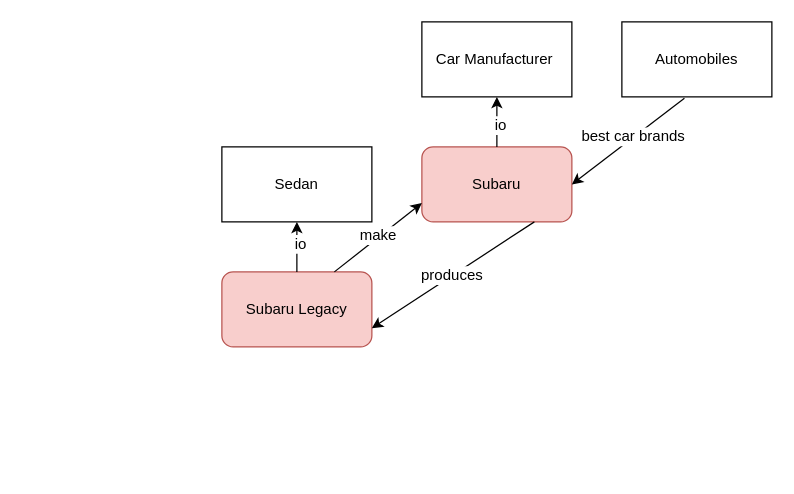
This is figures/sample_ontology.drawio.xml from stanleysmall/thesis, a draw.io file, before an edit. Source tidied: cells renumbered, new cells numbered last; positions are measured from the earlier drawing's top-left corner, leaving out a move shared by most shapes. Both pictures are drawn from the tidied source at 125%, with x=0, y=0 at pixel (221, 21).
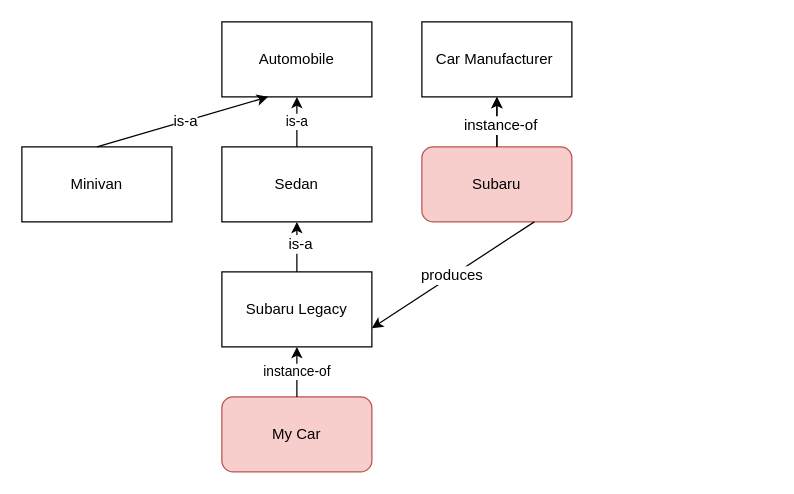
After the change.

Unchanged cells that the change refers to:
```xml
<mxCell id="2" value="Car Manufacturer&amp;nbsp;" style="rounded=0;whiteSpace=wrap;html=1;" parent="1" vertex="1">
  <mxGeometry x="160" width="120" height="60" as="geometry" />
</mxCell>
<mxCell id="3" value="Sedan&lt;br&gt;" style="rounded=0;whiteSpace=wrap;html=1;" parent="1" vertex="1">
  <mxGeometry y="100" width="120" height="60" as="geometry" />
</mxCell>
<mxCell id="4" value="Subaru" style="rounded=1;whiteSpace=wrap;html=1;fillColor=#f8cecc;strokeColor=#b85450;" parent="1" vertex="1">
  <mxGeometry x="160" y="100" width="120" height="60" as="geometry" />
</mxCell>
<mxCell id="6" style="endArrow=classic;html=1;entryX=0.5;entryY=1;entryDx=0;entryDy=0;exitX=0.5;exitY=0;exitDx=0;exitDy=0;" parent="1" edge="1" source="5" target="3">
  <mxGeometry relative="1" as="geometry" />
</mxCell>
<mxCell id="8" style="endArrow=classic;html=1;entryX=0.5;entryY=1;entryDx=0;entryDy=0;exitX=0.5;exitY=0;exitDx=0;exitDy=0;" parent="1" edge="1" source="4" target="2">
  <mxGeometry relative="1" as="geometry" />
</mxCell>
```

Change to the diagram source:
```diff
@@
+    <mxCell id="17" style="edgeStyle=orthogonalEdgeStyle;rounded=0;jettySize=auto;html=1;" parent="1" edge="1" source="4" target="2">
+      <mxGeometry relative="1" as="geometry" />
+    </mxCell>
@@
-    <mxCell id="5" value="Subaru Legacy" style="rounded=1;whiteSpace=wrap;html=1;fillColor=#f8cecc;strokeColor=#b85450;" parent="1" vertex="1">
+    <mxCell id="5" value="Subaru Legacy" style="rounded=0;whiteSpace=wrap;html=1;fillColor=#ffffff;strokeColor=#000000;" parent="1" vertex="1">
       <mxGeometry y="200" width="120" height="60" as="geometry" />
     </mxCell>
@@
-    <mxCell id="7" value="io&lt;br&gt;" style="text;html=1;align=center;verticalAlign=middle;labelBackgroundColor=#ffffff;" parent="6" vertex="1">
+    <mxCell id="7" value="is-a&lt;br&gt;" style="text;html=1;align=center;verticalAlign=middle;labelBackgroundColor=#ffffff;" parent="6" vertex="1">
       <mxGeometry x="0.15" y="-2" relative="1" as="geometry" />
     </mxCell>
@@
-    <mxCell id="9" value="io" style="text;html=1;align=center;verticalAlign=middle;labelBackgroundColor=#ffffff;" parent="8" vertex="1">
+    <mxCell id="9" value="instance-of" style="text;html=1;align=center;verticalAlign=middle;labelBackgroundColor=#ffffff;" parent="8" vertex="1">
       <mxGeometry x="-0.1" y="-2" relative="1" as="geometry" />
     </mxCell>
@@
-    <mxCell id="12" style="endArrow=classic;html=1;exitX=0.75;exitY=0;exitDx=0;exitDy=0;entryX=0;entryY=0.75;entryDx=0;entryDy=0;" parent="1" edge="1" source="5" target="4">
-      <mxGeometry relative="1" as="geometry" />
-    </mxCell>
-    <mxCell id="13" value="make&lt;br&gt;" style="text;html=1;align=center;verticalAlign=middle;labelBackgroundColor=#ffffff;" parent="12" vertex="1">
-      <mxGeometry x="0.03" y="2" relative="1" as="geometry" />
-    </mxCell>
-    <mxCell id="14" value="Automobiles" style="rounded=0;whiteSpace=wrap;html=1;" parent="1" vertex="1">
-      <mxGeometry x="320" width="120" height="60" as="geometry" />
+    <mxCell id="14" value="Automobile&lt;br&gt;" style="rounded=0;whiteSpace=wrap;html=1;" parent="1" vertex="1">
+      <mxGeometry width="120" height="60" as="geometry" />
     </mxCell>
-    <mxCell id="15" style="endArrow=classic;html=1;exitX=0.417;exitY=1.017;exitDx=0;exitDy=0;exitPerimeter=0;entryX=1;entryY=0.5;entryDx=0;entryDy=0;" parent="1" edge="1" source="14" target="4">
-      <mxGeometry relative="1" as="geometry" />
-    </mxCell>
-    <mxCell id="16" value="best car brands&lt;br&gt;" style="text;html=1;align=center;verticalAlign=middle;labelBackgroundColor=#ffffff;" parent="15" vertex="1">
-      <mxGeometry x="-0.08" y="-1" relative="1" as="geometry" />
-    </mxCell>
+    <mxCell id="18" value="is-a" style="endArrow=classic;html=1;exitX=0.5;exitY=0;exitDx=0;exitDy=0;entryX=0.5;entryY=1;entryDx=0;entryDy=0;" parent="1" edge="1" source="3" target="14">
+      <mxGeometry relative="1" as="geometry">
+        <Array as="points">
+          <mxPoint x="60" y="80" />
+        </Array>
+      </mxGeometry>
+    </mxCell>
+    <mxCell id="19" value="Minivan" style="rounded=0;whiteSpace=wrap;html=1;" parent="1" vertex="1">
+      <mxGeometry x="-160" y="100" width="120" height="60" as="geometry" />
+    </mxCell>
+    <mxCell id="20" style="endArrow=classic;html=1;exitX=0.5;exitY=0;exitDx=0;exitDy=0;entryX=0.308;entryY=1;entryDx=0;entryDy=0;entryPerimeter=0;" parent="1" edge="1" source="19" target="14">
+      <mxGeometry relative="1" as="geometry" />
+    </mxCell>
+    <mxCell id="21" value="is-a" style="text;html=1;align=center;verticalAlign=middle;labelBackgroundColor=#ffffff;" parent="20" vertex="1">
+      <mxGeometry x="0.02" relative="1" as="geometry" />
+    </mxCell>
+    <mxCell id="22" value="My Car" style="rounded=1;whiteSpace=wrap;html=1;strokeColor=#b85450;fillColor=#f8cecc;" parent="1" vertex="1">
+      <mxGeometry y="300" width="120" height="60" as="geometry" />
+    </mxCell>
+    <mxCell id="23" value="instance-of" style="endArrow=classic;html=1;exitX=0.5;exitY=0;exitDx=0;exitDy=0;entryX=0.5;entryY=1;entryDx=0;entryDy=0;" parent="1" edge="1" source="22" target="5">
+      <mxGeometry relative="1" as="geometry" />
+    </mxCell>
```
